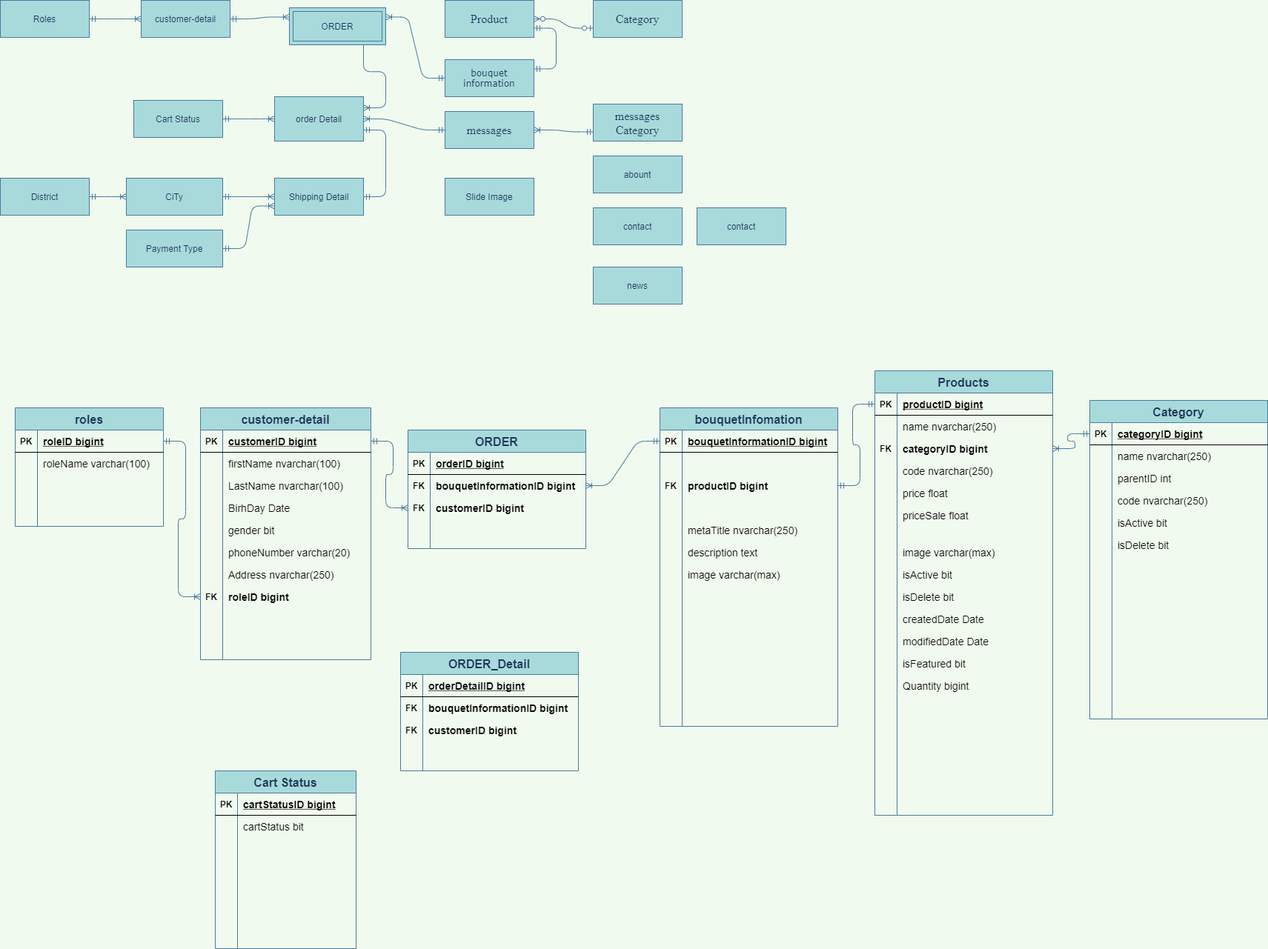
Earlier version of the draw.io export Untitled Diagram.png (maialino123/Eproject-SEM3). Source tidied: cells renumbered, new cells last; positions are measured from the earlier drawing's top-left corner, leaving out a move shared by most shapes.
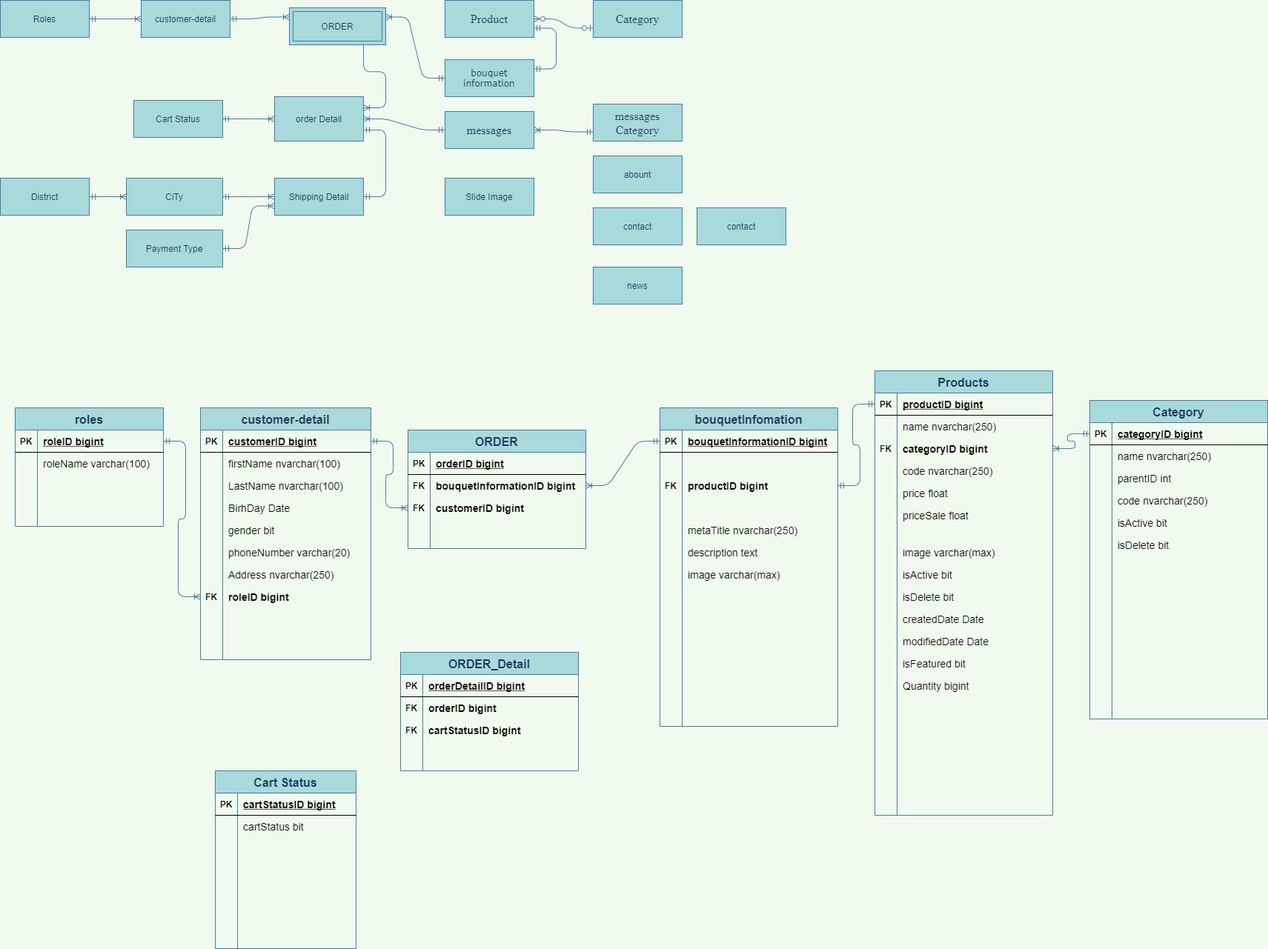
The same file after the commit.

What changed in the source:
```diff
@@ -629,7 +629,7 @@
     <mxCell id="210" value="FK" style="shape=partialRectangle;fillColor=none;top=0;left=0;bottom=0;right=0;overflow=hidden;fontStyle=1;" parent="209" vertex="1">
       <mxGeometry width="30" height="30" as="geometry" />
     </mxCell>
-    <mxCell id="211" value="bouquetInformationID bigint " style="shape=partialRectangle;fillColor=none;top=0;left=0;bottom=0;right=0;align=left;spacingLeft=6;overflow=hidden;fontSize=14;fontStyle=1;" parent="209" vertex="1">
+    <mxCell id="211" value="orderID bigint" style="shape=partialRectangle;fillColor=none;top=0;left=0;bottom=0;right=0;align=left;spacingLeft=6;overflow=hidden;fontSize=14;fontStyle=1;" parent="209" vertex="1">
       <mxGeometry x="30" width="210" height="30" as="geometry" />
     </mxCell>
     <mxCell id="212" style="shape=partialRectangle;fillColor=none;top=0;left=0;bottom=0;right=0;" parent="205" vertex="1">
@@ -638,7 +638,7 @@
     <mxCell id="213" value="FK" style="shape=partialRectangle;fillColor=none;top=0;left=0;bottom=0;right=0;overflow=hidden;fontStyle=1;" parent="212" vertex="1">
       <mxGeometry width="30" height="30" as="geometry" />
     </mxCell>
-    <mxCell id="214" value="customerID bigint" style="shape=partialRectangle;fillColor=none;top=0;left=0;bottom=0;right=0;align=left;spacingLeft=6;overflow=hidden;fontSize=14;fontStyle=1;" parent="212" vertex="1">
+    <mxCell id="214" value="cartStatusID bigint" style="shape=partialRectangle;fillColor=none;top=0;left=0;bottom=0;right=0;align=left;spacingLeft=6;overflow=hidden;fontSize=14;fontStyle=1;" parent="212" vertex="1">
       <mxGeometry x="30" width="210" height="30" as="geometry" />
     </mxCell>
     <mxCell id="215" style="shape=partialRectangle;fillColor=none;top=0;left=0;bottom=0;right=0;" parent="205" vertex="1">
```
